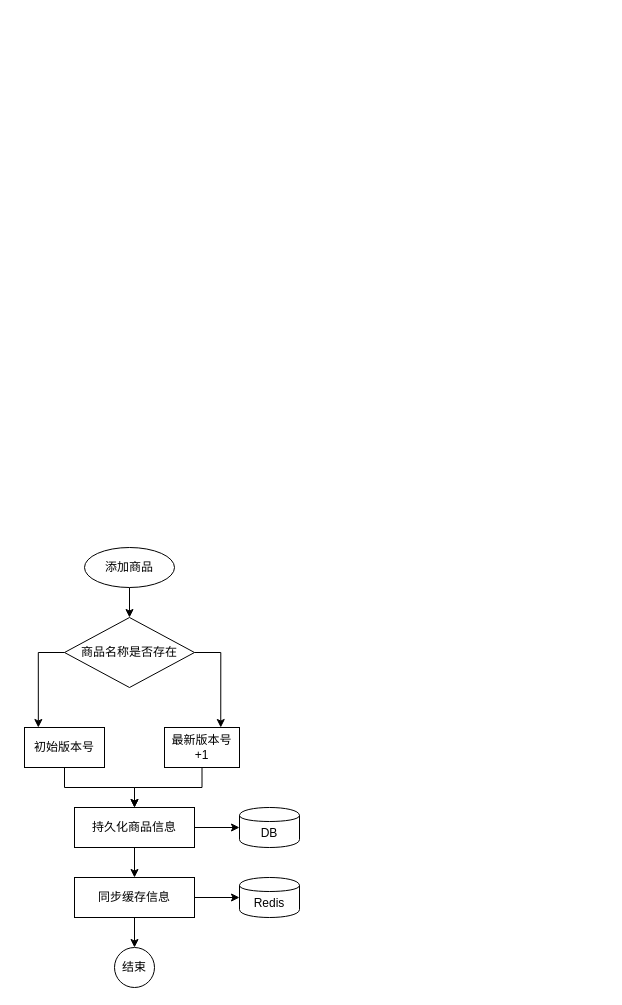
This is 商品订单流程设计.drawio from chenrushui/draw, a draw.io file, before an edit. Source tidied: cells renumbered, new cells numbered last; positions are measured from the earlier drawing's top-left corner, leaving out a move shared by most shapes. Both pictures are drawn from the tidied source at 100%, with x=0, y=0 at pixel (24, 547).
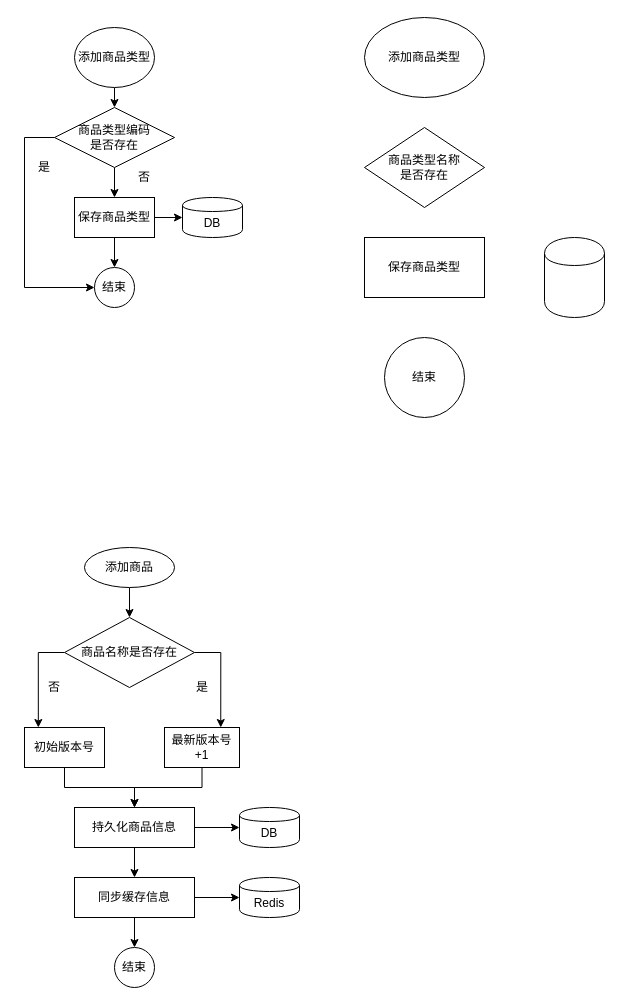
The same page after the edit.

Commit message (it also covers changes not shown here):
商品订单流程设计.drawio

The change refers to these unchanged cells:
```xml
<mxCell id="5" value="添加商品" style="ellipse;whiteSpace=wrap;html=1;" parent="1" vertex="1">
  <mxGeometry x="60" width="90" height="40" as="geometry" />
</mxCell>
<mxCell id="8" value="商品名称是否存在" style="rhombus;whiteSpace=wrap;html=1;" parent="1" vertex="1">
  <mxGeometry x="40" y="70" width="130" height="70" as="geometry" />
</mxCell>
```

Diff of the diagram source:
```diff
@@
-    <mxCell id="4" style="edgeStyle=orthogonalEdgeStyle;rounded=0;jettySize=auto;html=1;exitX=0.5;exitY=1;exitDx=0;exitDy=0;entryX=0.5;entryY=0;entryDx=0;entryDy=0;" parent="1" edge="1" source="5" target="8">
-      <mxGeometry relative="1" as="geometry" />
+    <mxCell id="4" style="edgeStyle=orthogonalEdgeStyle;rounded=0;jettySize=auto;html=1;exitX=0.5;exitY=1;exitDx=0;exitDy=0;entryX=0.5;entryY=0;entryDx=0;entryDy=0;" parent="1" edge="1" target="8">
+      <mxGeometry relative="1" as="geometry">
+        <mxPoint x="105" y="40" as="sourcePoint" />
+      </mxGeometry>
     </mxCell>
@@
+    <mxCell id="20" style="edgeStyle=orthogonalEdgeStyle;rounded=0;jettySize=auto;html=1;exitX=0.5;exitY=1;exitDx=0;exitDy=0;entryX=0.5;entryY=0;entryDx=0;entryDy=0;" parent="1" edge="1" source="21" target="23">
+      <mxGeometry relative="1" as="geometry" />
+    </mxCell>
+    <mxCell id="21" value="添加商品类型" style="ellipse;whiteSpace=wrap;html=1;" parent="1" vertex="1">
+      <mxGeometry x="50" y="-520" width="80" height="60" as="geometry" />
+    </mxCell>
+    <mxCell id="22" style="edgeStyle=orthogonalEdgeStyle;rounded=0;jettySize=auto;html=1;entryX=0.5;entryY=0;entryDx=0;entryDy=0;" parent="1" edge="1" source="23" target="28">
+      <mxGeometry relative="1" as="geometry" />
+    </mxCell>
+    <mxCell id="23" value="商品类型编码&lt;br&gt;是否存在" style="rhombus;whiteSpace=wrap;html=1;" parent="1" vertex="1">
+      <mxGeometry x="30" y="-440" width="120" height="60" as="geometry" />
+    </mxCell>
+    <mxCell id="24" value="否" style="text;html=1;strokeColor=none;fillColor=none;align=center;verticalAlign=middle;whiteSpace=wrap;rounded=0;" parent="1" vertex="1">
+      <mxGeometry x="10" y="130" width="40" height="20" as="geometry" />
+    </mxCell>
+    <mxCell id="25" value="是" style="text;html=1;strokeColor=none;fillColor=none;align=center;verticalAlign=middle;whiteSpace=wrap;rounded=0;" parent="1" vertex="1">
+      <mxGeometry x="158" y="130" width="40" height="20" as="geometry" />
+    </mxCell>
+    <mxCell id="26" style="edgeStyle=orthogonalEdgeStyle;rounded=0;jettySize=auto;html=1;entryX=0.5;entryY=0;entryDx=0;entryDy=0;" parent="1" edge="1" source="28" target="30">
+      <mxGeometry relative="1" as="geometry" />
+    </mxCell>
+    <mxCell id="27" style="edgeStyle=orthogonalEdgeStyle;rounded=0;jettySize=auto;html=1;entryX=0;entryY=0.5;entryDx=0;entryDy=0;" parent="1" edge="1" source="28" target="29">
+      <mxGeometry relative="1" as="geometry" />
+    </mxCell>
+    <mxCell id="28" value="保存商品类型" style="rounded=0;whiteSpace=wrap;html=1;" parent="1" vertex="1">
+      <mxGeometry x="50" y="-350" width="80" height="40" as="geometry" />
+    </mxCell>
+    <mxCell id="29" value="DB" style="shape=cylinder;whiteSpace=wrap;html=1;boundedLbl=1;backgroundOutline=1;" parent="1" vertex="1">
+      <mxGeometry x="158" y="-350" width="60" height="40" as="geometry" />
+    </mxCell>
+    <mxCell id="30" value="结束" style="ellipse;whiteSpace=wrap;html=1;" parent="1" vertex="1">
+      <mxGeometry x="70" y="-280" width="40" height="40" as="geometry" />
+    </mxCell>
+    <mxCell id="31" value="添加商品类型" style="ellipse;whiteSpace=wrap;html=1;" parent="1" vertex="1">
+      <mxGeometry x="340" y="-530" width="120" height="80" as="geometry" />
+    </mxCell>
+    <mxCell id="32" value="商品类型名称&lt;br&gt;是否存在" style="rhombus;whiteSpace=wrap;html=1;" parent="1" vertex="1">
+      <mxGeometry x="340" y="-420" width="120" height="80" as="geometry" />
+    </mxCell>
+    <mxCell id="33" value="保存商品类型" style="rounded=0;whiteSpace=wrap;html=1;" parent="1" vertex="1">
+      <mxGeometry x="340" y="-310" width="120" height="60" as="geometry" />
+    </mxCell>
+    <mxCell id="34" style="shape=cylinder;whiteSpace=wrap;html=1;boundedLbl=1;backgroundOutline=1;" parent="1" vertex="1">
+      <mxGeometry x="520" y="-310" width="60" height="80" as="geometry" />
+    </mxCell>
+    <mxCell id="35" value="结束" style="ellipse;whiteSpace=wrap;html=1;" parent="1" vertex="1">
+      <mxGeometry x="360" y="-210" width="80" height="80" as="geometry" />
+    </mxCell>
+    <mxCell id="36" style="endArrow=none;html=1;" parent="1" edge="1">
+      <mxGeometry relative="1" as="geometry">
+        <mxPoint y="-410" as="sourcePoint" />
+        <mxPoint x="30" y="-410" as="targetPoint" />
+      </mxGeometry>
+    </mxCell>
+    <mxCell id="37" style="endArrow=none;html=1;" parent="1" edge="1">
+      <mxGeometry relative="1" as="geometry">
+        <mxPoint y="-260" as="sourcePoint" />
+        <mxPoint y="-410" as="targetPoint" />
+      </mxGeometry>
+    </mxCell>
+    <mxCell id="38" style="endArrow=classic;html=1;entryX=0;entryY=0.5;entryDx=0;entryDy=0;" parent="1" edge="1" target="30">
+      <mxGeometry relative="1" as="geometry">
+        <mxPoint y="-260" as="sourcePoint" />
+      </mxGeometry>
+    </mxCell>
+    <mxCell id="39" value="是" style="text;html=1;strokeColor=none;fillColor=none;align=center;verticalAlign=middle;whiteSpace=wrap;rounded=0;" parent="1" vertex="1">
+      <mxGeometry y="-390" width="40" height="20" as="geometry" />
+    </mxCell>
+    <mxCell id="40" value="否" style="text;html=1;strokeColor=none;fillColor=none;align=center;verticalAlign=middle;whiteSpace=wrap;rounded=0;" parent="1" vertex="1">
+      <mxGeometry x="100" y="-380" width="40" height="20" as="geometry" />
+    </mxCell>
```
